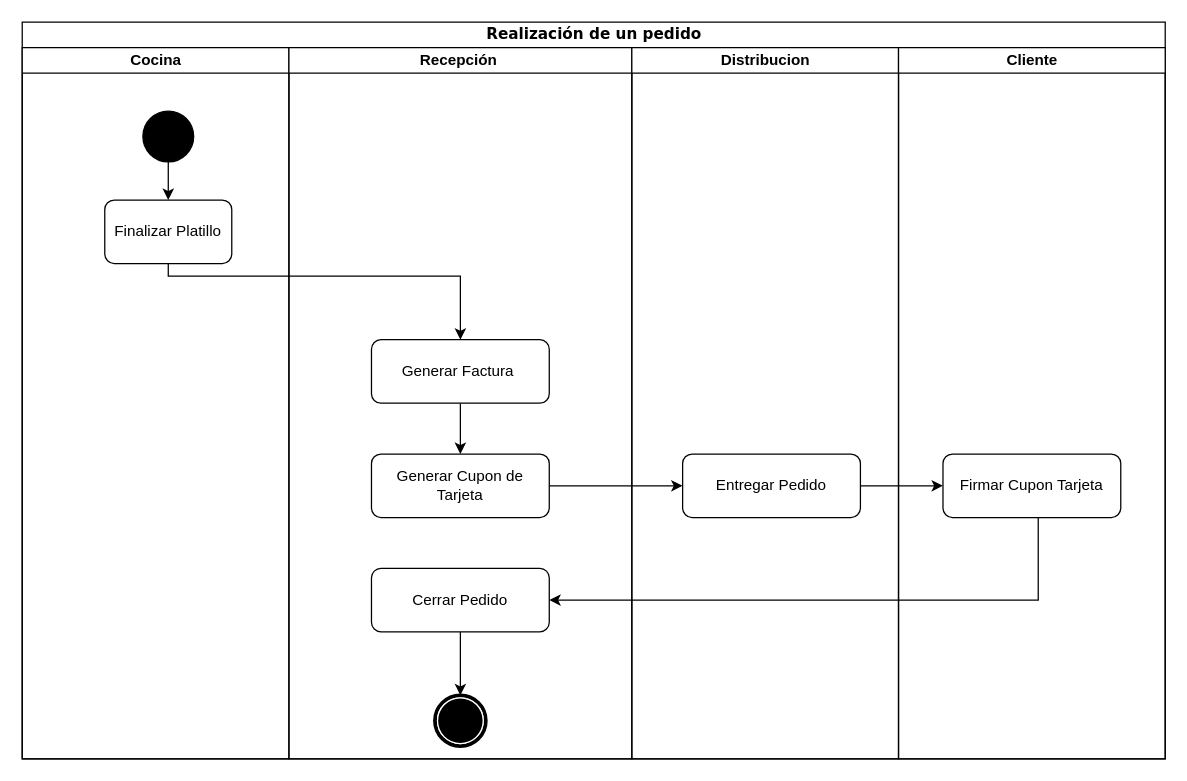
The draw.io diagram TP1/diagramas/actividad/EnviarPedido.drawio in mauro7x/aninfo, before the edit. Source tidied: cells renumbered, new cells numbered last; positions are measured from the earlier drawing's top-left corner, leaving out a move shared by most shapes. Both pictures are drawn from the tidied source at 127%, with x=0, y=0 at pixel (22, 22).
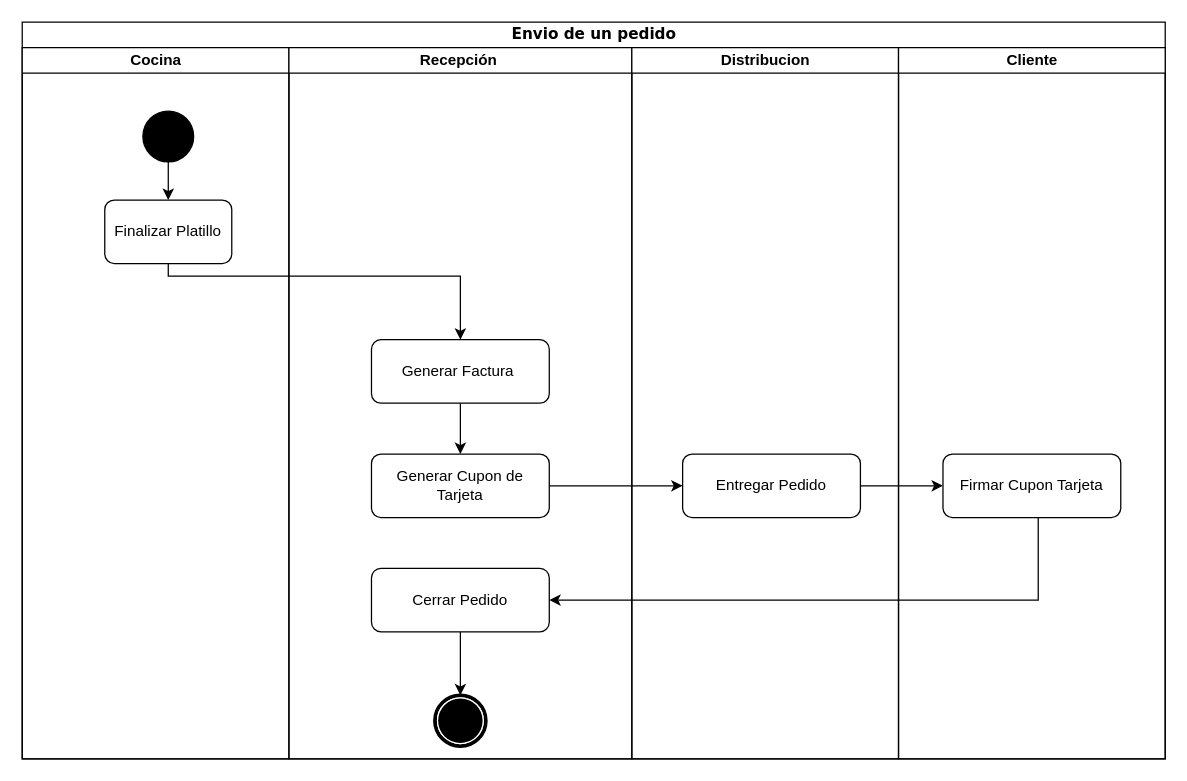
Above is the later version.

Commit message:
Arreglado titulo enviar pedido

Change to the diagram source:
```diff
@@
-    <mxCell id="2" value="Realización de un pedido" style="swimlane;html=1;startSize=20;rounded=0;shadow=0;comic=0;labelBackgroundColor=none;strokeWidth=1;fontFamily=Verdana;fontSize=12;align=center;" parent="1" vertex="1">
+    <mxCell id="2" value="Envio de un pedido" style="swimlane;html=1;startSize=20;rounded=0;shadow=0;comic=0;labelBackgroundColor=none;strokeWidth=1;fontFamily=Verdana;fontSize=12;align=center;" parent="1" vertex="1">
       <mxGeometry width="900" height="580" as="geometry" />
     </mxCell>
```
